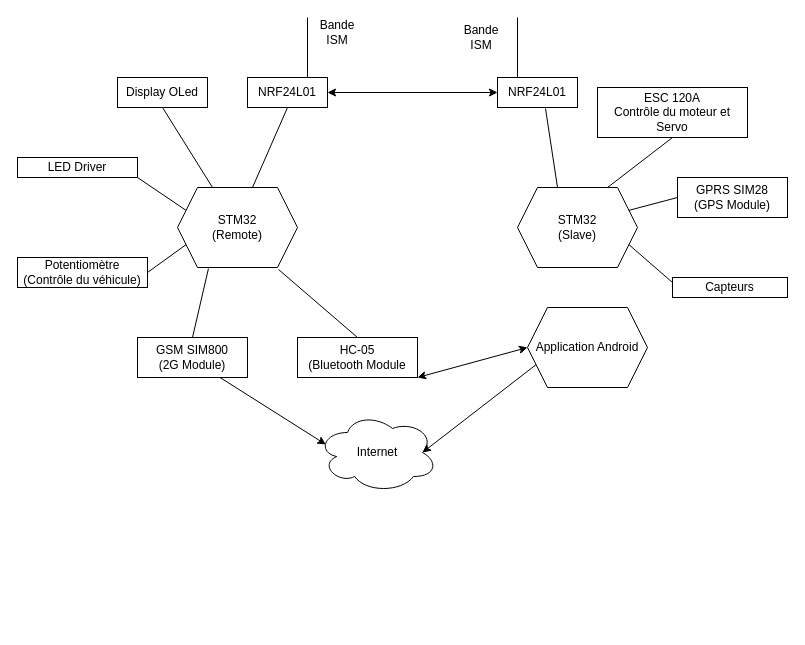
Before: diagrams/Topologie transmission.drawio in RC-Car-Project/.github, a draw.io diagram. Source tidied: cells renumbered, new cells numbered last; positions are measured from the earlier drawing's top-left corner, leaving out a move shared by most shapes. Both pictures are drawn from the tidied source at 100%, with x=0, y=0 at pixel (17, 17).
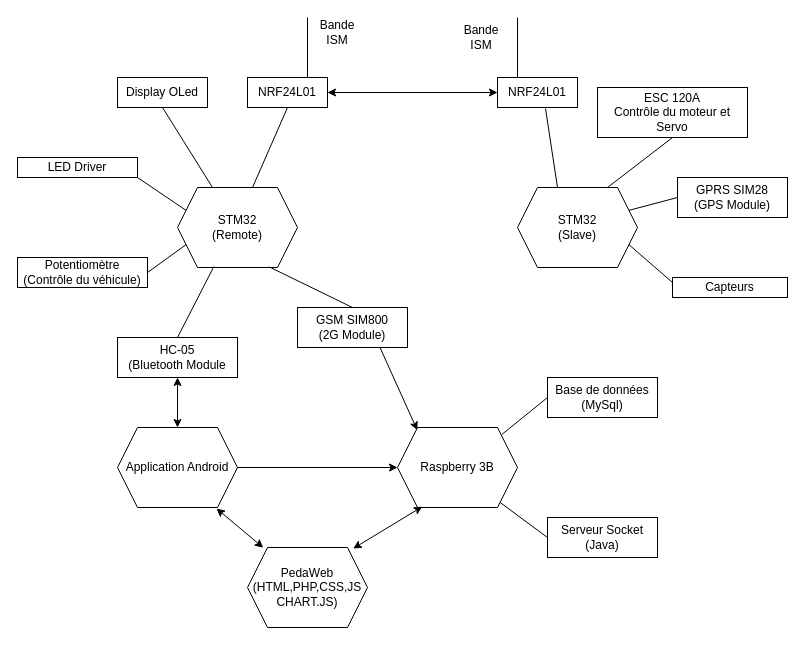
After the change.

Commit message:
Mettre à jour Topologie transmission.drawio

Unchanged cells that the change refers to:
```xml
<mxCell id="2" value="STM32&lt;br&gt;(Remote)" style="shape=hexagon;perimeter=hexagonPerimeter2;whiteSpace=wrap;html=1;fixedSize=1;" parent="1" vertex="1">
  <mxGeometry x="160" y="170" width="120" height="80" as="geometry" />
</mxCell>
```

Diff of the diagram source:
```diff
@@
     <mxCell id="7" value="GSM SIM800&lt;br&gt;(2G Module)" style="rounded=0;whiteSpace=wrap;html=1;" parent="1" vertex="1">
-      <mxGeometry x="120" y="320" width="110" height="40" as="geometry" />
+      <mxGeometry x="280" y="290" width="110" height="40" as="geometry" />
     </mxCell>
@@
     <mxCell id="9" value="HC-05&lt;br&gt;(Bluetooth Module" style="rounded=0;whiteSpace=wrap;html=1;" parent="1" vertex="1">
-      <mxGeometry x="280" y="320" width="120" height="40" as="geometry" />
+      <mxGeometry x="100" y="320" width="120" height="40" as="geometry" />
     </mxCell>
@@
     <mxCell id="19" value="Application Android" style="shape=hexagon;perimeter=hexagonPerimeter2;whiteSpace=wrap;html=1;fixedSize=1;" parent="1" vertex="1">
-      <mxGeometry x="510" y="290" width="120" height="80" as="geometry" />
+      <mxGeometry x="100" y="410" width="120" height="80" as="geometry" />
     </mxCell>
-    <mxCell id="20" value="Internet" style="ellipse;shape=cloud;whiteSpace=wrap;html=1;" parent="1" vertex="1">
-      <mxGeometry x="300" y="395" width="120" height="80" as="geometry" />
-    </mxCell>
-    <mxCell id="21" style="endArrow=classic;html=1;rounded=0;exitX=0.75;exitY=1;exitDx=0;exitDy=0;entryX=0.07;entryY=0.4;entryDx=0;entryDy=0;entryPerimeter=0;" parent="1" edge="1" source="7" target="20">
+    <mxCell id="21" style="endArrow=classic;html=1;rounded=0;exitX=0.75;exitY=1;exitDx=0;exitDy=0;entryX=0.165;entryY=0.033;entryDx=0;entryDy=0;entryPerimeter=0;" parent="1" edge="1" source="7" target="34">
       <mxGeometry relative="1" as="geometry" />
     </mxCell>
-    <mxCell id="22" style="endArrow=classic;startArrow=classic;html=1;rounded=0;exitX=1;exitY=1;exitDx=0;exitDy=0;entryX=0;entryY=0.5;entryDx=0;entryDy=0;" parent="1" edge="1" source="9" target="19">
+    <mxCell id="22" style="endArrow=classic;startArrow=classic;html=1;rounded=0;exitX=0.5;exitY=1;exitDx=0;exitDy=0;entryX=0.5;entryY=0;entryDx=0;entryDy=0;" parent="1" edge="1" source="9" target="19">
       <mxGeometry relative="1" as="geometry" />
     </mxCell>
-    <mxCell id="23" style="endArrow=classic;html=1;rounded=0;exitX=0;exitY=0.75;exitDx=0;exitDy=0;entryX=0.875;entryY=0.5;entryDx=0;entryDy=0;entryPerimeter=0;" parent="1" edge="1" source="19" target="20">
+    <mxCell id="23" style="endArrow=classic;html=1;rounded=0;entryX=0;entryY=0.5;entryDx=0;entryDy=0;exitX=1;exitY=0.5;exitDx=0;exitDy=0;" parent="1" edge="1" source="19" target="34">
       <mxGeometry relative="1" as="geometry" />
     </mxCell>
@@
-    <mxCell id="28" style="endArrow=none;html=1;rounded=0;exitX=0.5;exitY=0;exitDx=0;exitDy=0;entryX=0.258;entryY=1.013;entryDx=0;entryDy=0;entryPerimeter=0;" parent="1" edge="1" source="7" target="2">
+    <mxCell id="28" style="endArrow=none;html=1;rounded=0;exitX=0.5;exitY=0;exitDx=0;exitDy=0;entryX=0.765;entryY=0.993;entryDx=0;entryDy=0;entryPerimeter=0;" parent="1" edge="1" source="7" target="2">
       <mxGeometry relative="1" as="geometry" />
     </mxCell>
-    <mxCell id="29" style="endArrow=none;html=1;rounded=0;exitX=0.5;exitY=0;exitDx=0;exitDy=0;entryX=0.842;entryY=1.025;entryDx=0;entryDy=0;entryPerimeter=0;" parent="1" edge="1" source="9" target="2">
+    <mxCell id="29" style="endArrow=none;html=1;rounded=0;exitX=0.5;exitY=0;exitDx=0;exitDy=0;entryX=0.303;entryY=0.988;entryDx=0;entryDy=0;entryPerimeter=0;" parent="1" edge="1" source="9" target="2">
       <mxGeometry relative="1" as="geometry" />
     </mxCell>
@@
+    <mxCell id="34" value="Raspberry 3B" style="shape=hexagon;perimeter=hexagonPerimeter2;whiteSpace=wrap;html=1;fixedSize=1;" parent="1" vertex="1">
+      <mxGeometry x="380" y="410" width="120" height="80" as="geometry" />
+    </mxCell>
+    <mxCell id="35" value="Serveur Socket&lt;br&gt;(Java)" style="rounded=0;whiteSpace=wrap;html=1;" parent="1" vertex="1">
+      <mxGeometry x="530" y="500" width="110" height="40" as="geometry" />
+    </mxCell>
+    <mxCell id="36" value="Base de données&lt;br&gt;(MySql)" style="rounded=0;whiteSpace=wrap;html=1;" parent="1" vertex="1">
+      <mxGeometry x="530" y="360" width="110" height="40" as="geometry" />
+    </mxCell>
+    <mxCell id="37" style="endArrow=none;html=1;rounded=0;exitX=0.857;exitY=0.939;exitDx=0;exitDy=0;entryX=0;entryY=0.5;entryDx=0;entryDy=0;exitPerimeter=0;" parent="1" edge="1" source="34" target="35">
+      <mxGeometry relative="1" as="geometry" />
+    </mxCell>
+    <mxCell id="38" style="endArrow=none;html=1;rounded=0;exitX=0.869;exitY=0.088;exitDx=0;exitDy=0;entryX=0;entryY=0.5;entryDx=0;entryDy=0;exitPerimeter=0;" parent="1" edge="1" source="34" target="36">
+      <mxGeometry relative="1" as="geometry" />
+    </mxCell>
+    <mxCell id="39" value="PedaWeb&lt;br&gt;(HTML,PHP,CSS,JS&lt;br&gt;CHART.JS)" style="shape=hexagon;perimeter=hexagonPerimeter2;whiteSpace=wrap;html=1;fixedSize=1;" parent="1" vertex="1">
+      <mxGeometry x="230" y="530" width="120" height="80" as="geometry" />
+    </mxCell>
+    <mxCell id="40" style="endArrow=classic;startArrow=classic;html=1;rounded=0;exitX=0.825;exitY=1.013;exitDx=0;exitDy=0;exitPerimeter=0;entryX=0.131;entryY=0.002;entryDx=0;entryDy=0;entryPerimeter=0;" parent="1" edge="1" source="19" target="39">
+      <mxGeometry relative="1" as="geometry" />
+    </mxCell>
+    <mxCell id="41" style="endArrow=classic;startArrow=classic;html=1;rounded=0;exitX=0.207;exitY=0.989;exitDx=0;exitDy=0;entryX=0.881;entryY=0.013;entryDx=0;entryDy=0;entryPerimeter=0;exitPerimeter=0;" parent="1" edge="1" source="34" target="39">
+      <mxGeometry relative="1" as="geometry" />
+    </mxCell>
```
